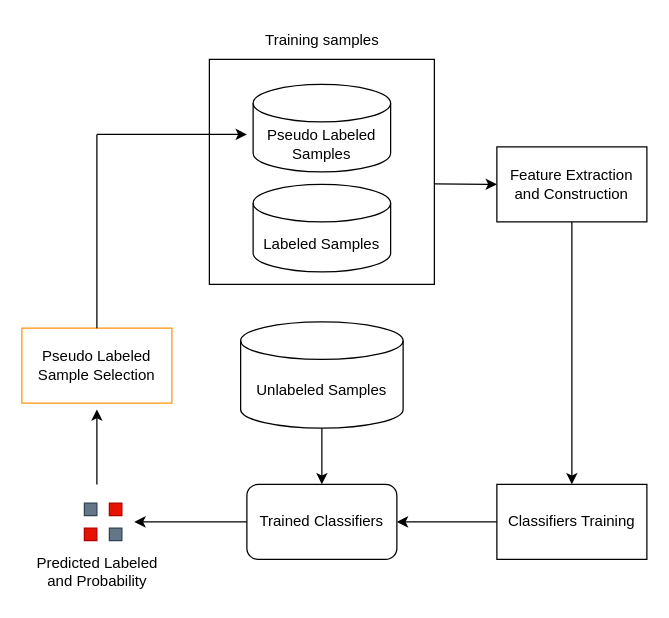
This is images/未命名绘图.drawio from jkjam7/techniques, a draw.io file, before an edit. Source tidied: cells renumbered, new cells numbered last; positions are measured from the earlier drawing's top-left corner, leaving out a move shared by most shapes. Both pictures are drawn from the tidied source at 125%, with x=0, y=0 at pixel (21, 21).
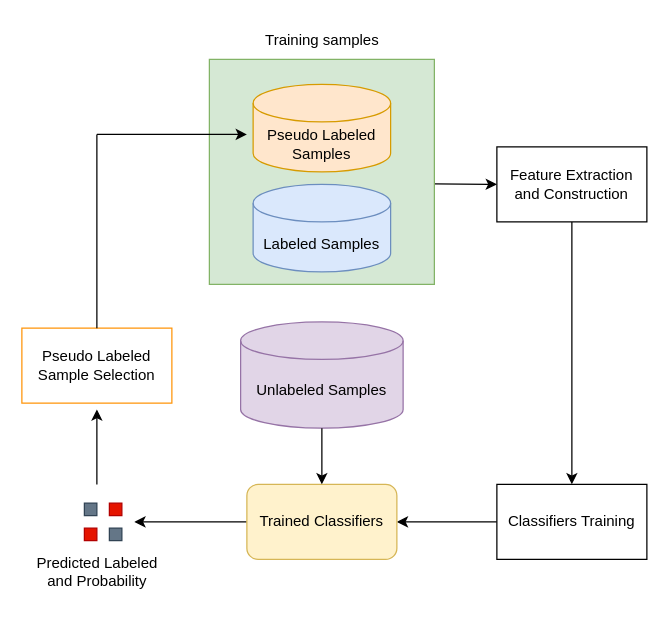
Above is the later version.

Commit message:
半监督学习框架.drawio

Unchanged cells that the change refers to:
```xml
<mxCell id="5" style="group;" parent="1" vertex="1">
  <mxGeometry x="150" y="30" width="280" height="280" as="geometry" />
</mxCell>
```

The edit, as a diff of the source:
```diff
@@
-    <mxCell id="6" style="whiteSpace=wrap;html=1;" parent="5" vertex="1">
+    <mxCell id="6" style="whiteSpace=wrap;html=1;fillColor=#d5e8d4;strokeColor=#82b366;" parent="5" vertex="1">
       <mxGeometry width="180" height="180" as="geometry" />
     </mxCell>
-    <mxCell id="7" value="Pseudo Labeled Samples" style="shape=cylinder3;whiteSpace=wrap;html=1;boundedLbl=1;backgroundOutline=1;size=15;" parent="5" vertex="1">
+    <mxCell id="7" value="Pseudo Labeled Samples" style="shape=cylinder3;whiteSpace=wrap;html=1;boundedLbl=1;backgroundOutline=1;size=15;fillColor=#ffe6cc;strokeColor=#d79b00;" parent="5" vertex="1">
       <mxGeometry x="35" y="20" width="110" height="70" as="geometry" />
     </mxCell>
-    <mxCell id="8" value="Labeled Samples" style="shape=cylinder3;whiteSpace=wrap;html=1;boundedLbl=1;backgroundOutline=1;size=15;" parent="5" vertex="1">
+    <mxCell id="8" value="Labeled Samples" style="shape=cylinder3;whiteSpace=wrap;html=1;boundedLbl=1;backgroundOutline=1;size=15;fillColor=#dae8fc;strokeColor=#6c8ebf;" parent="5" vertex="1">
       <mxGeometry x="35" y="100" width="110" height="70" as="geometry" />
     </mxCell>
-    <mxCell id="9" value="Unlabeled Samples" style="shape=cylinder3;whiteSpace=wrap;html=1;boundedLbl=1;backgroundOutline=1;size=15;" parent="5" vertex="1">
+    <mxCell id="9" value="Unlabeled Samples" style="shape=cylinder3;whiteSpace=wrap;html=1;boundedLbl=1;backgroundOutline=1;size=15;fillColor=#e1d5e7;strokeColor=#9673a6;" parent="5" vertex="1">
       <mxGeometry x="25" y="210" width="130" height="85" as="geometry" />
     </mxCell>
@@
-    <mxCell id="14" value="Trained Classifiers" style="rounded=1;whiteSpace=wrap;html=1;" parent="1" vertex="1">
+    <mxCell id="14" value="Trained Classifiers" style="rounded=1;whiteSpace=wrap;html=1;fillColor=#fff2cc;strokeColor=#d6b656;" parent="1" vertex="1">
       <mxGeometry x="180" y="370" width="120" height="60" as="geometry" />
     </mxCell>
```
